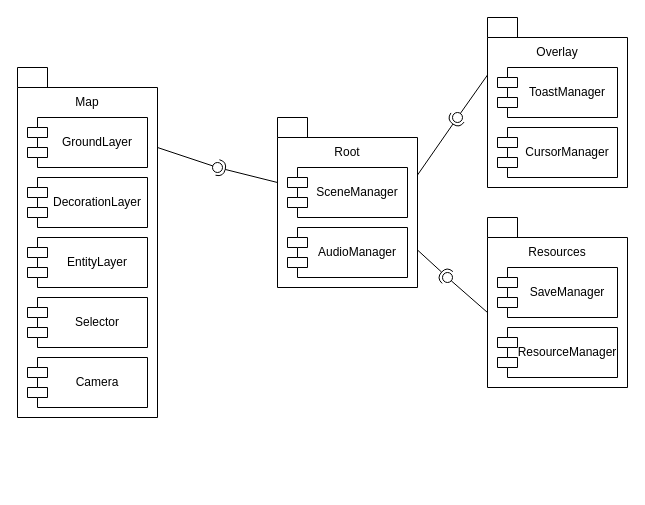
Earlier version of the draw.io diagram Documentation/Assets/SystemStructure.drawio (1ivyatan/drumstalotajs). Source tidied: cells renumbered, new cells numbered last; positions are measured from the earlier drawing's top-left corner, leaving out a move shared by most shapes. Both pictures are drawn from the tidied source at 100%, with x=0, y=0 at pixel (17, 17).
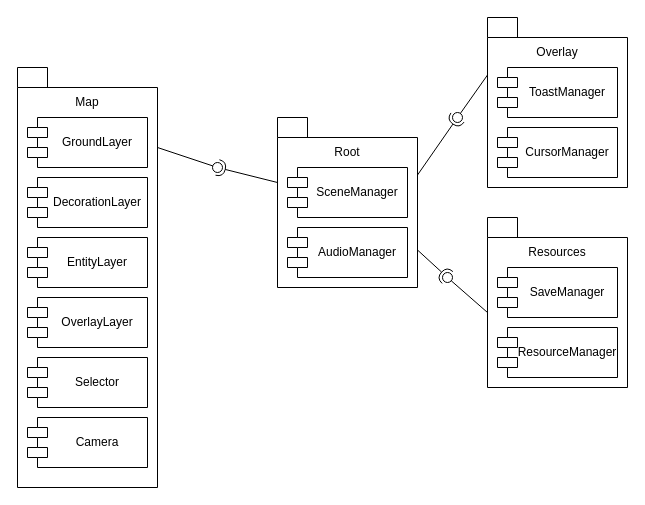
The same page after the edit.

Change to the diagram source:
```diff
@@
     <mxCell id="22" style="shape=folder;fontStyle=1;spacingTop=10;tabWidth=30;tabHeight=20;tabPosition=left;html=1;whiteSpace=wrap;align=left;" parent="1" vertex="1">
-      <mxGeometry y="50" width="140" height="350" as="geometry" />
+      <mxGeometry y="50" width="140" height="420" as="geometry" />
     </mxCell>
@@
     <mxCell id="27" value="Selector" style="shape=module;align=left;spacingLeft=20;align=center;verticalAlign=middle;whiteSpace=wrap;html=1;" parent="1" vertex="1">
-      <mxGeometry x="10" y="280" width="120" height="50" as="geometry" />
+      <mxGeometry x="10" y="340" width="120" height="50" as="geometry" />
     </mxCell>
     <mxCell id="28" value="Camera" style="shape=module;align=left;spacingLeft=20;align=center;verticalAlign=middle;whiteSpace=wrap;html=1;" parent="1" vertex="1">
-      <mxGeometry x="10" y="340" width="120" height="50" as="geometry" />
+      <mxGeometry x="10" y="400" width="120" height="50" as="geometry" />
     </mxCell>
+    <mxCell id="29" value="OverlayLayer" style="shape=module;align=left;spacingLeft=20;align=center;verticalAlign=middle;whiteSpace=wrap;html=1;" parent="1" vertex="1">
+      <mxGeometry x="10" y="280" width="120" height="50" as="geometry" />
+    </mxCell>
```
